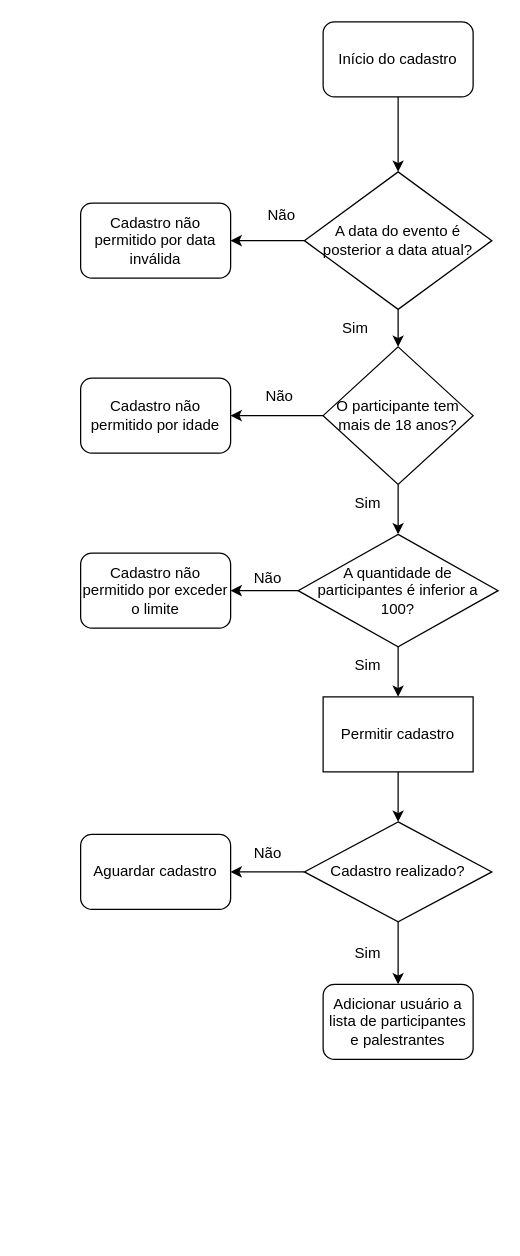
This is Untitled Diagram.drawio from SirMonkii/Atividade-Online-1-L-gica, a draw.io file, before an edit. Source tidied: cells renumbered, new cells numbered last; positions are measured from the earlier drawing's top-left corner, leaving out a move shared by most shapes. Both pictures are drawn from the tidied source at 125%, with x=0, y=0 at pixel (80, 21).
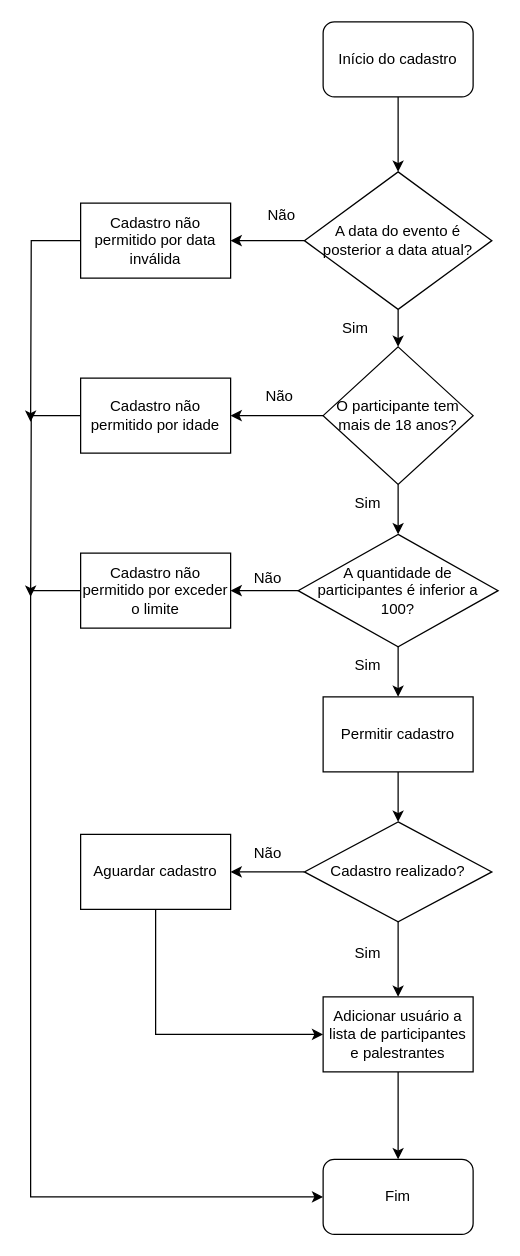
After the change.

Diff of the diagram source:
```diff
@@
+    <mxCell id="31" style="edgeStyle=orthogonalEdgeStyle;rounded=0;jettySize=auto;html=1;" parent="1" edge="1" source="6">
+      <mxGeometry relative="1" as="geometry">
+        <mxPoint x="-40" y="460" as="targetPoint" />
+      </mxGeometry>
+    </mxCell>
-    <mxCell id="6" value="Cadastro não permitido por idade" style="rounded=1;whiteSpace=wrap;html=1;" parent="1" vertex="1">
+    <mxCell id="6" value="Cadastro não permitido por idade" style="rounded=0;whiteSpace=wrap;html=1;" parent="1" vertex="1">
       <mxGeometry y="285" width="120" height="60" as="geometry" />
     </mxCell>
@@
+    <mxCell id="32" style="edgeStyle=orthogonalEdgeStyle;rounded=0;jettySize=auto;html=1;entryX=0;entryY=0.5;entryDx=0;entryDy=0;" parent="1" edge="1" source="10" target="36">
+      <mxGeometry relative="1" as="geometry">
+        <Array as="points">
+          <mxPoint x="-40" y="455" />
+          <mxPoint x="-40" y="940" />
+        </Array>
+      </mxGeometry>
+    </mxCell>
-    <mxCell id="10" value="Cadastro não permitido por exceder o limite" style="rounded=1;whiteSpace=wrap;html=1;" parent="1" vertex="1">
+    <mxCell id="10" value="Cadastro não permitido por exceder o limite" style="rounded=0;whiteSpace=wrap;html=1;" parent="1" vertex="1">
       <mxGeometry y="425" width="120" height="60" as="geometry" />
     </mxCell>
@@
+    <mxCell id="33" style="edgeStyle=orthogonalEdgeStyle;rounded=0;jettySize=auto;html=1;entryX=0;entryY=0.5;entryDx=0;entryDy=0;" parent="1" edge="1" source="21" target="23">
+      <mxGeometry relative="1" as="geometry">
+        <Array as="points">
+          <mxPoint x="60" y="810" />
+        </Array>
+      </mxGeometry>
+    </mxCell>
-    <mxCell id="21" value="Aguardar cadastro" style="rounded=1;whiteSpace=wrap;html=1;" parent="1" vertex="1">
+    <mxCell id="21" value="Aguardar cadastro" style="rounded=0;whiteSpace=wrap;html=1;" parent="1" vertex="1">
       <mxGeometry y="650" width="120" height="60" as="geometry" />
     </mxCell>
@@
+    <mxCell id="34" style="edgeStyle=orthogonalEdgeStyle;rounded=0;jettySize=auto;html=1;" parent="1" edge="1" source="23" target="36">
+      <mxGeometry relative="1" as="geometry" />
+    </mxCell>
-    <mxCell id="23" value="Adicionar usuário a lista de participantes e palestrantes" style="rounded=1;whiteSpace=wrap;html=1;" parent="1" vertex="1">
-      <mxGeometry x="194" y="770" width="120" height="60" as="geometry" />
+    <mxCell id="23" value="Adicionar usuário a lista de participantes e palestrantes" style="rounded=0;whiteSpace=wrap;html=1;" parent="1" vertex="1">
+      <mxGeometry x="194" y="780" width="120" height="60" as="geometry" />
     </mxCell>
@@
+    <mxCell id="35" style="edgeStyle=orthogonalEdgeStyle;rounded=0;jettySize=auto;html=1;" parent="1" edge="1" source="28">
+      <mxGeometry relative="1" as="geometry">
+        <mxPoint x="-40" y="320" as="targetPoint" />
+      </mxGeometry>
+    </mxCell>
-    <mxCell id="28" value="Cadastro não permitido por data inválida" style="rounded=1;whiteSpace=wrap;html=1;" parent="1" vertex="1">
+    <mxCell id="28" value="Cadastro não permitido por data inválida" style="rounded=0;whiteSpace=wrap;html=1;" parent="1" vertex="1">
       <mxGeometry y="145" width="120" height="60" as="geometry" />
     </mxCell>
@@
+    <mxCell id="36" value="Fim" style="rounded=1;whiteSpace=wrap;html=1;" parent="1" vertex="1">
+      <mxGeometry x="194" y="910" width="120" height="60" as="geometry" />
+    </mxCell>
```
